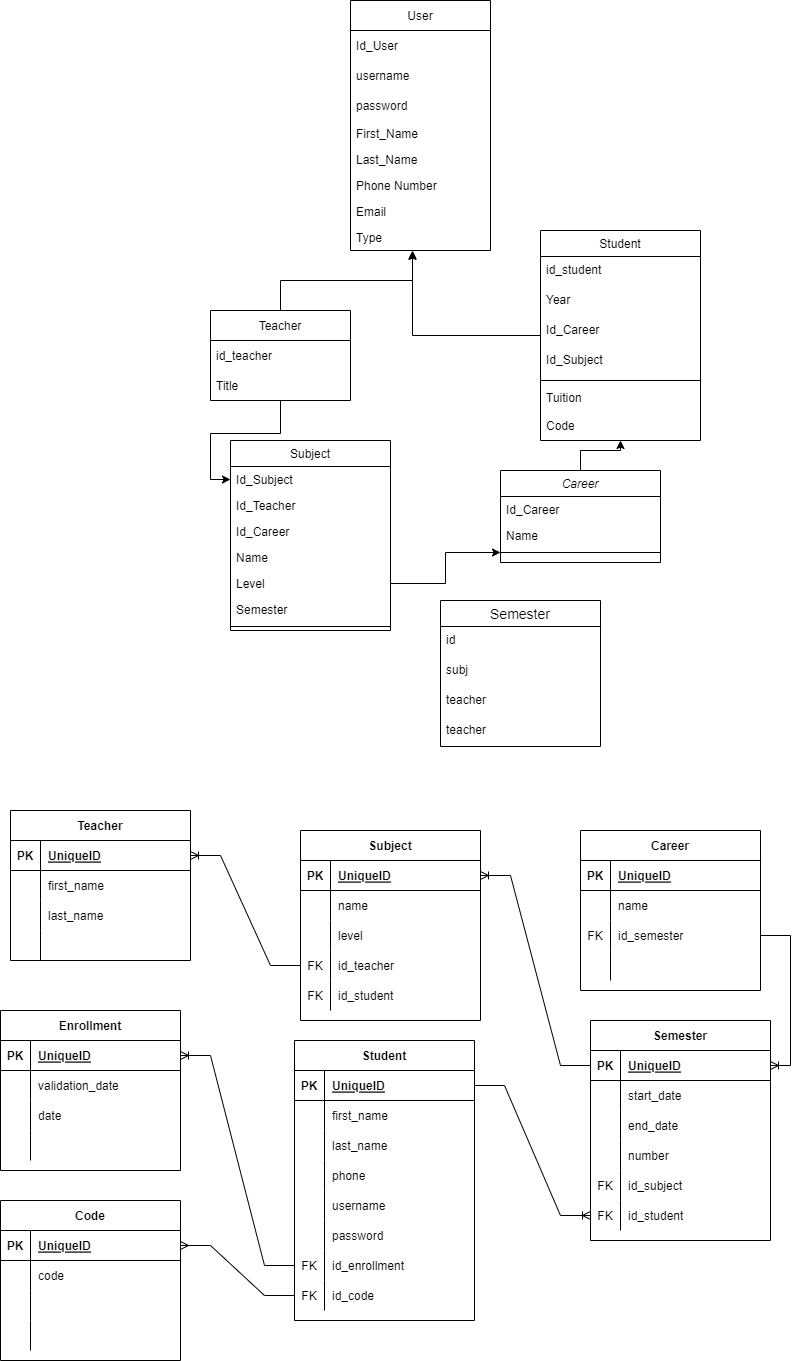
Earlier version of the draw.io export University Diagram.drawio.png (GuilleAlvarado/draw). Source tidied: cells renumbered, new cells last; positions are measured from the earlier drawing's top-left corner, leaving out a move shared by most shapes.
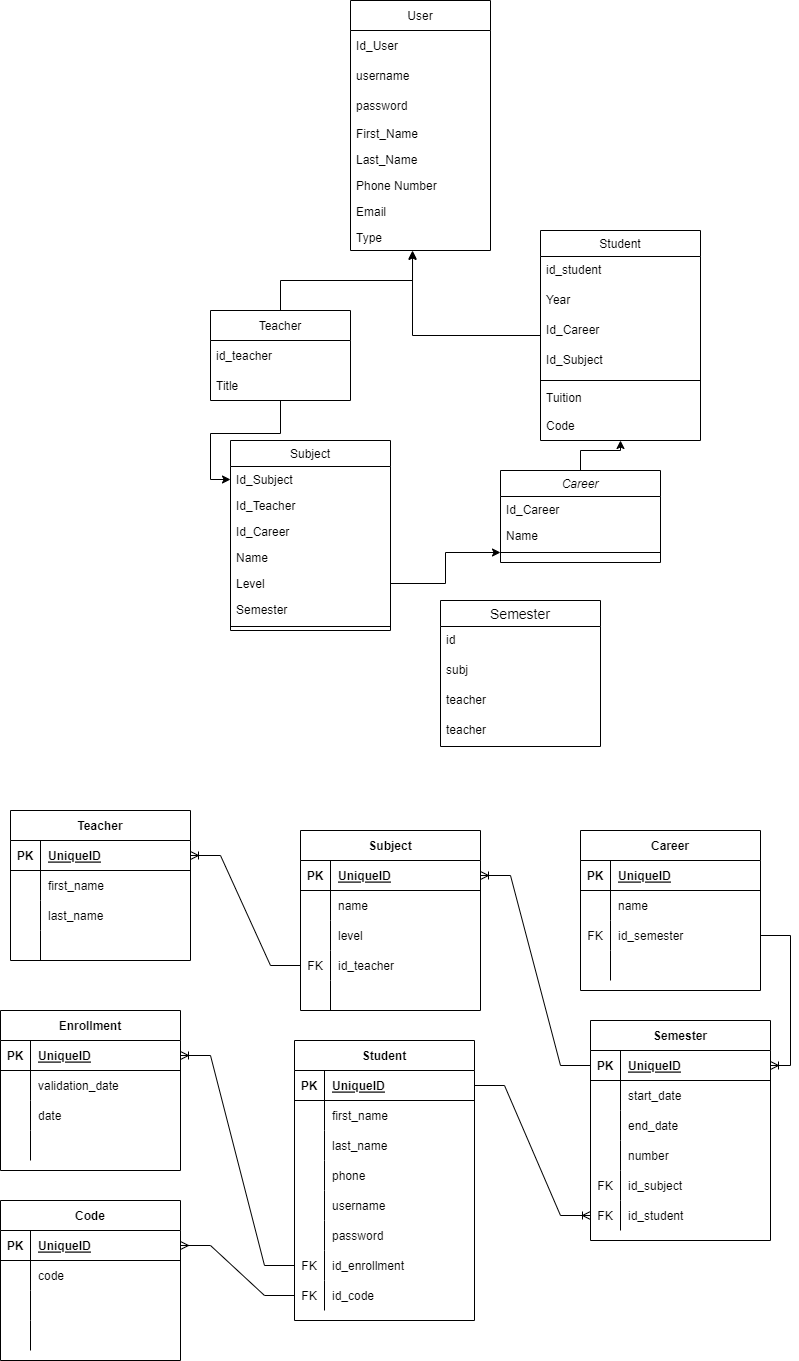
After the change.

The edit, as a diff of the source:
```diff
@@ -138,7 +138,7 @@
       <mxGeometry relative="1" as="geometry" />
     </mxCell>
     <mxCell id="47" value="Subject" style="shape=table;startSize=30;rowLines=0;fontStyle=1;align=center;" parent="1" vertex="1">
-      <mxGeometry x="300" y="830" width="180" height="190" as="geometry" />
+      <mxGeometry x="300" y="830" width="180" height="180" as="geometry" />
     </mxCell>
     <mxCell id="48" style="shape=tableRow;horizontal=0;startSize=0;swimlaneHead=0;swimlaneBody=0;fillColor=none;points=[[0,0.5],[1,0.5]];portConstraint=eastwest;top=0;left=0;right=0;bottom=1;" parent="47" vertex="1">
       <mxGeometry y="30" width="180" height="30" as="geometry" />
@@ -179,10 +179,10 @@
     <mxCell id="60" style="shape=tableRow;horizontal=0;startSize=0;swimlaneHead=0;swimlaneBody=0;fillColor=none;top=0;left=0;right=0;bottom=0;" parent="47" vertex="1">
       <mxGeometry y="150" width="180" height="30" as="geometry" />
     </mxCell>
-    <mxCell id="61" value="FK" style="shape=partialRectangle;fillColor=none;top=0;left=0;bottom=0;right=0;overflow=hidden;" parent="60" vertex="1">
+    <mxCell id="61" style="shape=partialRectangle;fillColor=none;top=0;left=0;bottom=0;right=0;overflow=hidden;" parent="60" vertex="1">
       <mxGeometry width="30" height="30" as="geometry" />
     </mxCell>
-    <mxCell id="62" value="id_student" style="shape=partialRectangle;fillColor=none;top=0;left=0;bottom=0;right=0;align=left;spacingLeft=6;overflow=hidden;" parent="60" vertex="1">
+    <mxCell id="62" style="shape=partialRectangle;fillColor=none;top=0;left=0;bottom=0;right=0;align=left;spacingLeft=6;overflow=hidden;" parent="60" vertex="1">
       <mxGeometry x="30" width="150" height="30" as="geometry" />
     </mxCell>
     <mxCell id="63" value="Career" style="shape=table;startSize=30;rowLines=0;fontStyle=1;align=center;" parent="1" vertex="1">
```
